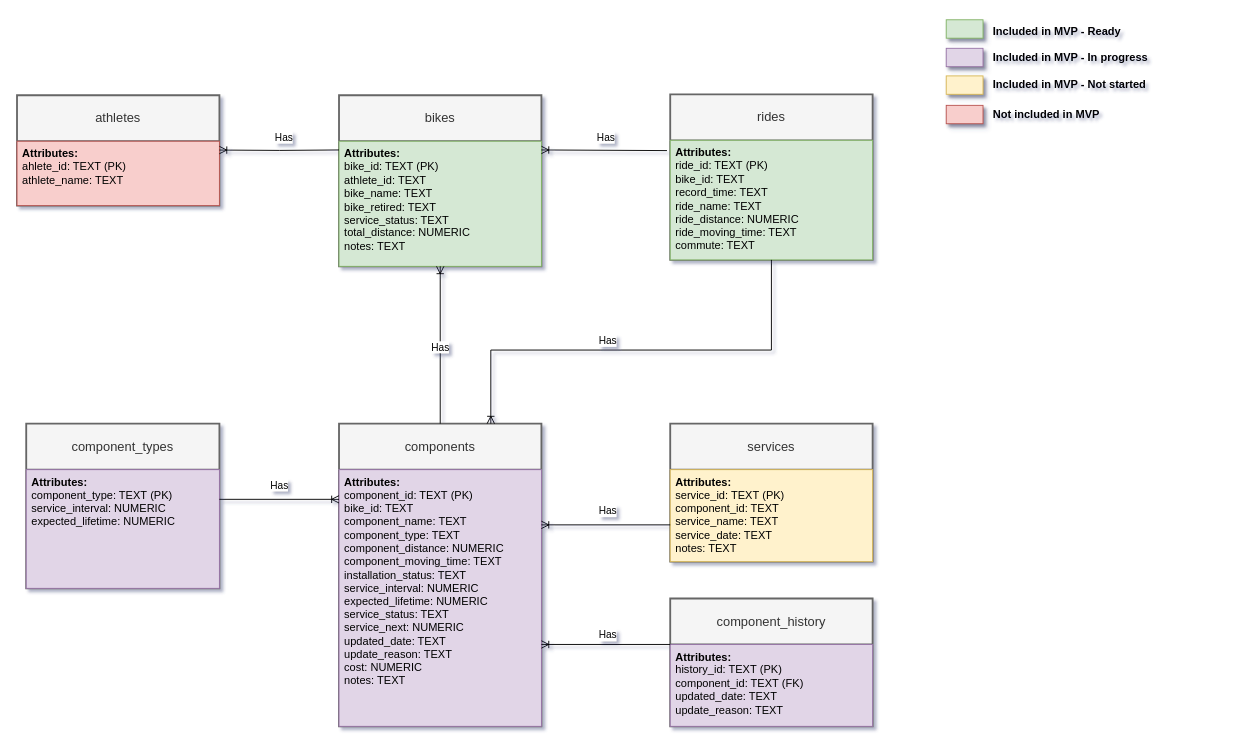
xivind/velo-supervisor-2000 keeps this draw.io diagram as page "Database structure" (4 of 6) of docs/all_diagrams.drawio. Above is the earlier version. Source tidied: cells renumbered, new cells numbered last; positions are measured from the earlier drawing's top-left corner, leaving out a move shared by most shapes. Both pictures are drawn from the tidied source at 92%, with x=0, y=0 at pixel (17, 17).
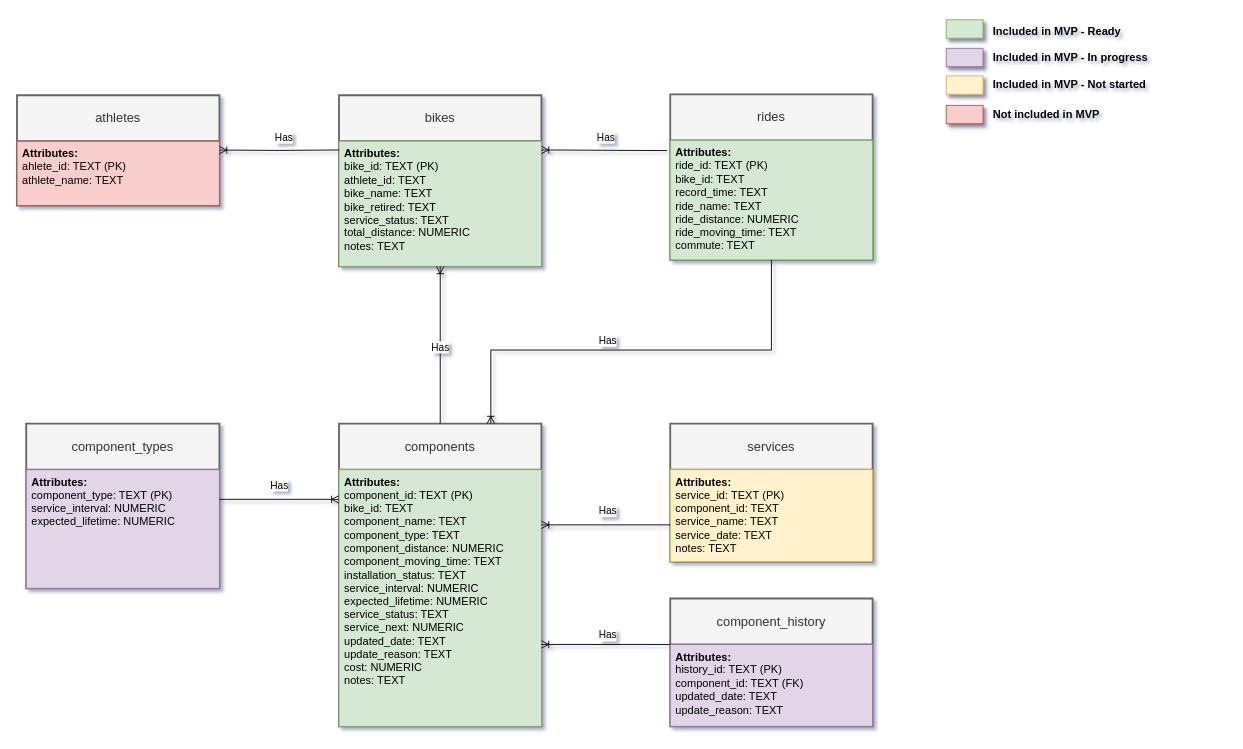
Above is the later version.

The change refers to these unchanged cells:
```xml
<mxCell id="8" value="components" style="swimlane;horizontal=1;startSize=50;rounded=0;fontSize=14;fontStyle=0;strokeWidth=2;shadow=0;dashed=0;align=center;arcSize=0;whiteSpace=wrap;html=1;fillColor=#f5f5f5;strokeColor=#666666;fontColor=#333333;" parent="1" vertex="1">
  <mxGeometry x="350" y="441" width="220" height="329" as="geometry" />
</mxCell>
```

Diff of the diagram source:
```diff
@@
-    <mxCell id="9" value="&lt;div&gt;&lt;span style=&quot;background-color: initial;&quot;&gt;&lt;b&gt;Attributes:&lt;/b&gt;&lt;/span&gt;&lt;/div&gt;&lt;div&gt;&lt;span style=&quot;background-color: initial;&quot;&gt;component_id&lt;/span&gt;&lt;span style=&quot;background-color: initial;&quot;&gt;: TEXT&lt;/span&gt;&lt;span style=&quot;background-color: initial;&quot;&gt;&amp;nbsp;(PK)&lt;/span&gt;&lt;/div&gt;&lt;div&gt;bike_id&lt;span style=&quot;background-color: initial;&quot;&gt;: TEXT&lt;/span&gt;&lt;/div&gt;component_name: TEXT&lt;div&gt;component_type&lt;span style=&quot;background-color: initial;&quot;&gt;: TEXT&lt;/span&gt;&lt;/div&gt;&lt;div&gt;component_distance&lt;span style=&quot;background-color: initial;&quot;&gt;: NUMERIC&lt;/span&gt;&lt;br&gt;&lt;/div&gt;&lt;div&gt;component_moving_time&lt;span style=&quot;background-color: initial;&quot;&gt;: TEXT&lt;/span&gt;&lt;br&gt;&lt;/div&gt;&lt;div&gt;installation_status&lt;span style=&quot;background-color: initial;&quot;&gt;: TEXT&lt;/span&gt;&lt;/div&gt;&lt;div&gt;service_interval&lt;span style=&quot;background-color: initial;&quot;&gt;: NUMERIC&lt;/span&gt;&lt;/div&gt;&lt;div&gt;expected_lifetime&lt;span style=&quot;background-color: initial;&quot;&gt;: NUMERIC&lt;/span&gt;&lt;/div&gt;&lt;div&gt;service_status&lt;span style=&quot;background-color: initial;&quot;&gt;: TEXT&lt;/span&gt;&lt;/div&gt;&lt;div&gt;service_next&lt;span style=&quot;background-color: initial;&quot;&gt;: NUMERIC&lt;/span&gt;&lt;/div&gt;&lt;div&gt;&lt;span style=&quot;background-color: initial;&quot;&gt;updated_d&lt;/span&gt;&lt;span style=&quot;background-color: initial;&quot;&gt;ate&lt;/span&gt;&lt;span style=&quot;background-color: initial;&quot;&gt;: TEXT&lt;/span&gt;&lt;br&gt;&lt;/div&gt;&lt;div&gt;update_reason&lt;span style=&quot;background-color: initial;&quot;&gt;: TEXT&lt;/span&gt;&lt;/div&gt;&lt;div&gt;cost&lt;span style=&quot;background-color: initial;&quot;&gt;: NUMERIC&lt;/span&gt;&lt;/div&gt;&lt;div&gt;notes&lt;span style=&quot;background-color: initial;&quot;&gt;: TEXT&lt;/span&gt;&lt;/div&gt;" style="align=left;spacingLeft=4;fontSize=12;verticalAlign=top;html=1;rounded=0;fillColor=#e1d5e7;strokeColor=#9673a6;" parent="8" vertex="1">
+    <mxCell id="9" value="&lt;div&gt;&lt;span style=&quot;background-color: initial;&quot;&gt;&lt;b&gt;Attributes:&lt;/b&gt;&lt;/span&gt;&lt;/div&gt;&lt;div&gt;&lt;span style=&quot;background-color: initial;&quot;&gt;component_id&lt;/span&gt;&lt;span style=&quot;background-color: initial;&quot;&gt;: TEXT&lt;/span&gt;&lt;span style=&quot;background-color: initial;&quot;&gt;&amp;nbsp;(PK)&lt;/span&gt;&lt;/div&gt;&lt;div&gt;bike_id&lt;span style=&quot;background-color: initial;&quot;&gt;: TEXT&lt;/span&gt;&lt;/div&gt;component_name: TEXT&lt;div&gt;component_type&lt;span style=&quot;background-color: initial;&quot;&gt;: TEXT&lt;/span&gt;&lt;/div&gt;&lt;div&gt;component_distance&lt;span style=&quot;background-color: initial;&quot;&gt;: NUMERIC&lt;/span&gt;&lt;br&gt;&lt;/div&gt;&lt;div&gt;component_moving_time&lt;span style=&quot;background-color: initial;&quot;&gt;: TEXT&lt;/span&gt;&lt;br&gt;&lt;/div&gt;&lt;div&gt;installation_status&lt;span style=&quot;background-color: initial;&quot;&gt;: TEXT&lt;/span&gt;&lt;/div&gt;&lt;div&gt;service_interval&lt;span style=&quot;background-color: initial;&quot;&gt;: NUMERIC&lt;/span&gt;&lt;/div&gt;&lt;div&gt;expected_lifetime&lt;span style=&quot;background-color: initial;&quot;&gt;: NUMERIC&lt;/span&gt;&lt;/div&gt;&lt;div&gt;service_status&lt;span style=&quot;background-color: initial;&quot;&gt;: TEXT&lt;/span&gt;&lt;/div&gt;&lt;div&gt;service_next&lt;span style=&quot;background-color: initial;&quot;&gt;: NUMERIC&lt;/span&gt;&lt;/div&gt;&lt;div&gt;&lt;span style=&quot;background-color: initial;&quot;&gt;updated_d&lt;/span&gt;&lt;span style=&quot;background-color: initial;&quot;&gt;ate&lt;/span&gt;&lt;span style=&quot;background-color: initial;&quot;&gt;: TEXT&lt;/span&gt;&lt;br&gt;&lt;/div&gt;&lt;div&gt;update_reason&lt;span style=&quot;background-color: initial;&quot;&gt;: TEXT&lt;/span&gt;&lt;/div&gt;&lt;div&gt;cost&lt;span style=&quot;background-color: initial;&quot;&gt;: NUMERIC&lt;/span&gt;&lt;/div&gt;&lt;div&gt;notes&lt;span style=&quot;background-color: initial;&quot;&gt;: TEXT&lt;/span&gt;&lt;/div&gt;" style="align=left;spacingLeft=4;fontSize=12;verticalAlign=top;html=1;rounded=0;fillColor=#d5e8d4;strokeColor=#82b366;" parent="8" vertex="1">
       <mxGeometry y="50" width="220" height="279" as="geometry" />
     </mxCell>
```
